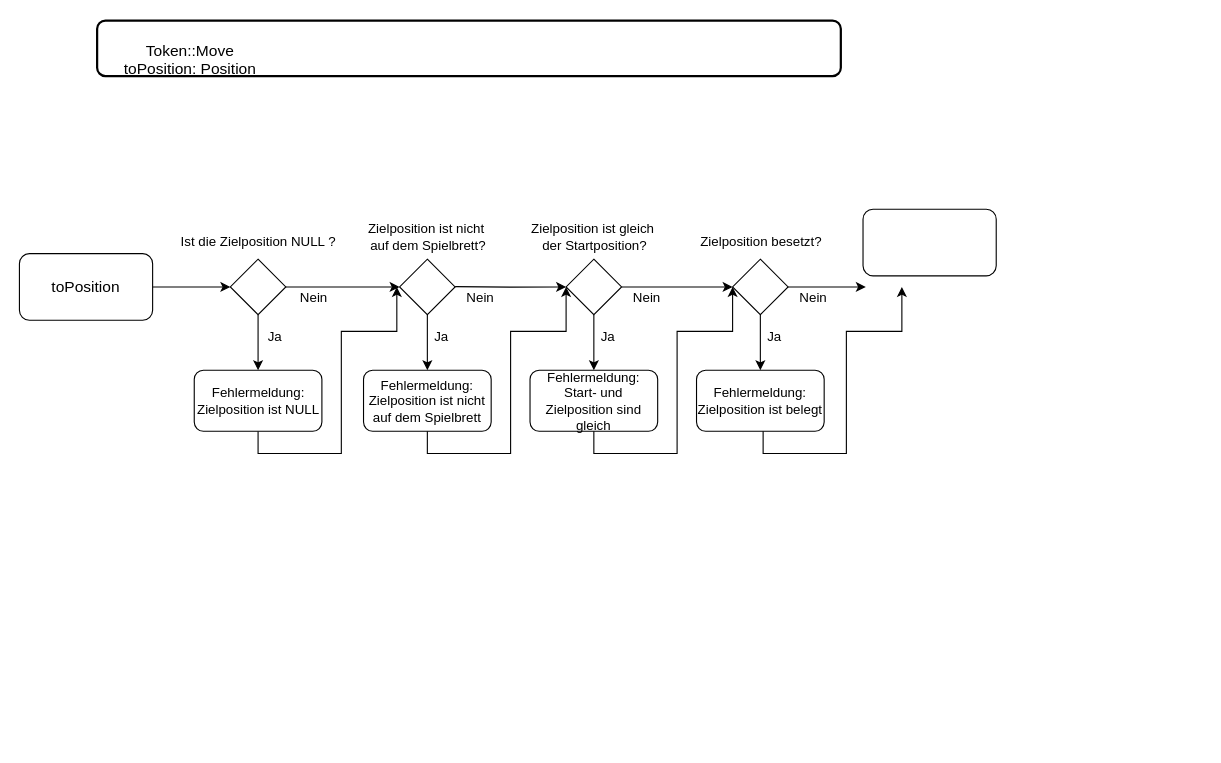
The draw.io diagram token_move.drawio in schaefereric/uml-stash, before the edit. Source tidied: cells renumbered, new cells numbered last; positions are measured from the earlier drawing's top-left corner, leaving out a move shared by most shapes. Both pictures are drawn from the tidied source at 111%, with x=0, y=0 at pixel (19, 20).
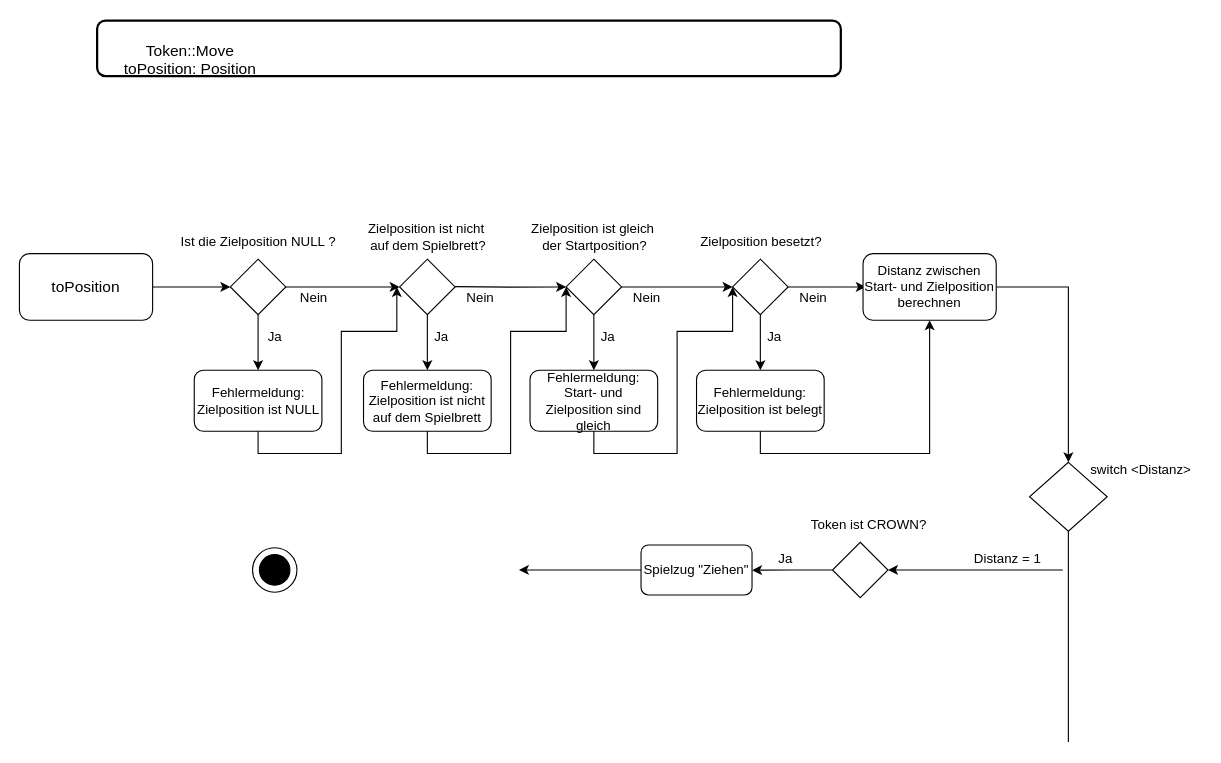
Above is the later version.

Unchanged cells that the change refers to:
```xml
<mxCell id="23" value="Fehlermeldung: Zielposition ist belegt" style="rounded=1;whiteSpace=wrap;html=1;" parent="1" vertex="1">
  <mxGeometry x="610" y="315" width="115" height="55" as="geometry" />
</mxCell>
```

Diff of the diagram source:
```diff
@@
+    <mxCell id="39" style="ellipse;whiteSpace=wrap;html=1;" parent="1" vertex="1">
+      <mxGeometry x="210" y="475" width="40" height="40" as="geometry" />
+    </mxCell>
@@
+    <mxCell id="40" style="edgeStyle=orthogonalEdgeStyle;rounded=0;jettySize=auto;html=1;exitX=1;exitY=0.5;exitDx=0;exitDy=0;entryX=0.5;entryY=0;entryDx=0;entryDy=0;" parent="1" edge="1" source="35" target="42">
+      <mxGeometry relative="1" as="geometry" />
+    </mxCell>
-    <mxCell id="35" style="rounded=1;whiteSpace=wrap;html=1;" parent="1" vertex="1">
-      <mxGeometry x="760" y="170" width="120" height="60" as="geometry" />
+    <mxCell id="35" value="Distanz zwischen Start- und Zielposition berechnen" style="rounded=1;whiteSpace=wrap;html=1;" parent="1" vertex="1">
+      <mxGeometry x="760" y="210" width="120" height="60" as="geometry" />
     </mxCell>
-    <mxCell id="36" style="edgeStyle=orthogonalEdgeStyle;rounded=0;orthogonalLoop=1;jettySize=auto;html=1;exitX=0.5;exitY=1;exitDx=0;exitDy=0;" parent="1" edge="1">
-      <mxGeometry relative="1" as="geometry">
-        <mxPoint x="670" y="370" as="sourcePoint" />
-        <mxPoint x="795" y="240" as="targetPoint" />
-        <Array as="points">
-          <mxPoint x="670" y="390" />
-          <mxPoint x="745" y="390" />
-          <mxPoint x="745" y="280" />
-          <mxPoint x="795" y="280" />
-        </Array>
-      </mxGeometry>
-    </mxCell>
@@
+    <mxCell id="41" style="edgeStyle=orthogonalEdgeStyle;rounded=0;jettySize=auto;html=1;exitX=0.5;exitY=1;exitDx=0;exitDy=0;entryX=0.5;entryY=1;entryDx=0;entryDy=0;" parent="1" edge="1" source="23" target="35">
+      <mxGeometry relative="1" as="geometry" />
+    </mxCell>
+    <mxCell id="42" style="rhombus;whiteSpace=wrap;html=1;" parent="1" vertex="1">
+      <mxGeometry x="910" y="398" width="70" height="62" as="geometry" />
+    </mxCell>
+    <mxCell id="43" value="switch &amp;lt;Distanz&amp;gt;" style="text;html=1;align=center;verticalAlign=middle;strokeColor=none;fillColor=none;" parent="1" vertex="1">
+      <mxGeometry x="955" y="390" width="110" height="30" as="geometry" />
+    </mxCell>
+    <mxCell id="44" style="endArrow=none;html=1;rounded=0;entryX=0.5;entryY=1;entryDx=0;entryDy=0;" parent="1" edge="1" target="42">
+      <mxGeometry relative="1" as="geometry">
+        <mxPoint x="945" y="650" as="sourcePoint" />
+      </mxGeometry>
+    </mxCell>
+    <mxCell id="45" style="endArrow=classic;html=1;rounded=0;entryX=1;entryY=0.5;entryDx=0;entryDy=0;" parent="1" edge="1" target="47">
+      <mxGeometry relative="1" as="geometry">
+        <mxPoint x="940" y="495" as="sourcePoint" />
+      </mxGeometry>
+    </mxCell>
+    <mxCell id="46" style="edgeStyle=orthogonalEdgeStyle;rounded=0;jettySize=auto;html=1;exitX=0;exitY=0.5;exitDx=0;exitDy=0;" parent="1" edge="1" source="47">
+      <mxGeometry relative="1" as="geometry">
+        <mxPoint x="660" y="495.2" as="targetPoint" />
+      </mxGeometry>
+    </mxCell>
+    <mxCell id="47" style="rhombus;whiteSpace=wrap;html=1;" parent="1" vertex="1">
+      <mxGeometry x="732.5" y="470" width="50" height="50" as="geometry" />
+    </mxCell>
+    <mxCell id="48" value="Distanz = 1" style="text;html=1;align=center;verticalAlign=middle;strokeColor=none;fillColor=none;" parent="1" vertex="1">
+      <mxGeometry x="850" y="470" width="80" height="30" as="geometry" />
+    </mxCell>
+    <mxCell id="49" value="Token ist CROWN?" style="text;html=1;align=center;verticalAlign=middle;strokeColor=none;fillColor=none;" parent="1" vertex="1">
+      <mxGeometry x="700" y="440" width="130" height="30" as="geometry" />
+    </mxCell>
+    <mxCell id="50" value="Ja" style="text;html=1;align=center;verticalAlign=middle;strokeColor=none;fillColor=none;" parent="1" vertex="1">
+      <mxGeometry x="670" y="470" width="40" height="30" as="geometry" />
+    </mxCell>
+    <mxCell id="51" value="Spielzug &quot;Ziehen&quot;" style="rounded=1;whiteSpace=wrap;html=1;" parent="1" vertex="1">
+      <mxGeometry x="560" y="472.5" width="100" height="45" as="geometry" />
+    </mxCell>
+    <mxCell id="52" style="endArrow=classic;html=1;rounded=0;exitX=0;exitY=0.5;exitDx=0;exitDy=0;" parent="1" edge="1" source="51">
+      <mxGeometry relative="1" as="geometry">
+        <mxPoint x="450" y="495" as="targetPoint" />
+      </mxGeometry>
+    </mxCell>
+    <mxCell id="53" style="ellipse;whiteSpace=wrap;html=1;fillStyle=auto;fillColor=#000000;" parent="1" vertex="1">
+      <mxGeometry x="216.2" y="481.2" width="27.5" height="27.5" as="geometry" />
+    </mxCell>
```
